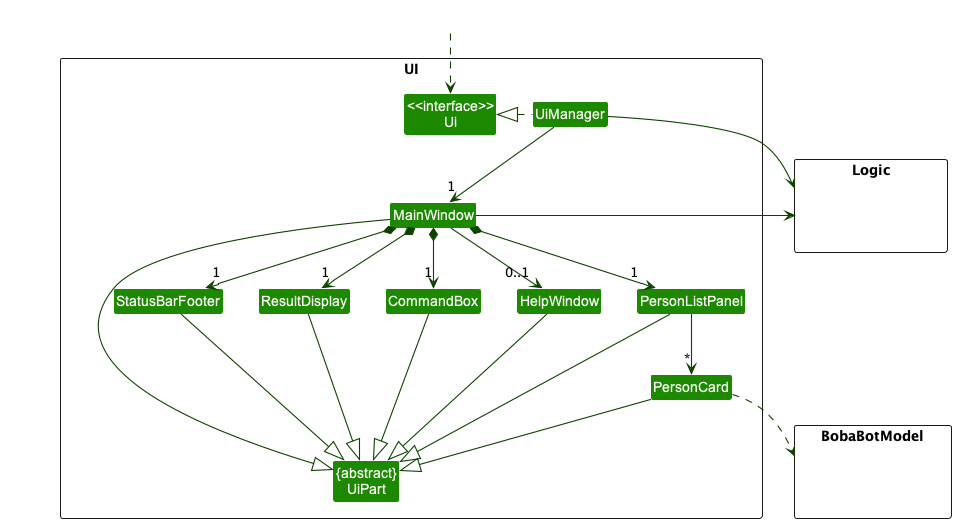
Before: docs/images/UiClassDiagram.png, a diagram exported from PlantUML (nus-cs2103-AY2223S1/tp). Its diagram source:
```plantuml
@startuml
!include style.puml
skinparam arrowThickness 1.1
skinparam arrowColor UI_COLOR_T4
skinparam classBackgroundColor UI_COLOR

package UI <<Rectangle>>{
Class "<<interface>>\nUi" as Ui
Class "{abstract}\nUiPart" as UiPart
Class UiManager
Class MainWindow
Class HelpWindow
Class ResultDisplay
Class PersonListPanel
Class PersonCard
Class StatusBarFooter
Class CommandBox
}

package BobaBotModel <<Rectangle>> {
Class HiddenModel #FFFFFF
}

package Logic <<Rectangle>> {
Class HiddenLogic #FFFFFF
}

Class HiddenOutside #FFFFFF
HiddenOutside ..> Ui

UiManager .left.|> Ui
UiManager -down-> "1" MainWindow
MainWindow *-down->  "1" CommandBox
MainWindow *-down-> "1" ResultDisplay
MainWindow *-down-> "1" PersonListPanel
MainWindow *-down-> "1" StatusBarFooter
MainWindow --> "0..1" HelpWindow

PersonListPanel -down-> "*" PersonCard

MainWindow -left-|> UiPart

ResultDisplay --|> UiPart
CommandBox --|> UiPart
PersonListPanel --|> UiPart
PersonCard --|> UiPart
StatusBarFooter --|> UiPart
HelpWindow --|> UiPart

PersonCard ..> BobaBotModel
UiManager -right-> Logic
MainWindow -left-> Logic

PersonListPanel -[hidden]left- HelpWindow
HelpWindow -[hidden]left- CommandBox
CommandBox -[hidden]left- ResultDisplay
ResultDisplay -[hidden]left- StatusBarFooter

MainWindow -[hidden]-|> UiPart
@enduml
```
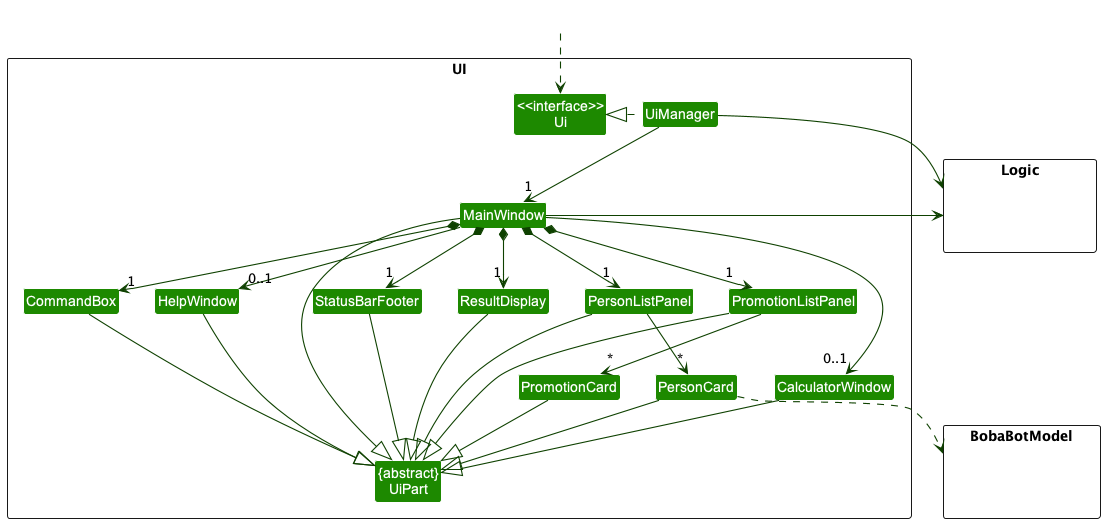
Above is the later version.

Change to the diagram source:
```diff
@@ -13,8 +13,11 @@
 Class ResultDisplay
 Class PersonListPanel
 Class PersonCard
+Class PromotionListPanel
+Class PromotionCard
 Class StatusBarFooter
 Class CommandBox
+Class CalculatorWindow
 }
 
 package BobaBotModel <<Rectangle>> {
@@ -33,19 +36,25 @@
 MainWindow *-down->  "1" CommandBox
 MainWindow *-down-> "1" ResultDisplay
 MainWindow *-down-> "1" PersonListPanel
+MainWindow *-down-> "1" PromotionListPanel
 MainWindow *-down-> "1" StatusBarFooter
 MainWindow --> "0..1" HelpWindow
+MainWindow --> "0..1" CalculatorWindow
 
 PersonListPanel -down-> "*" PersonCard
+PromotionListPanel -down-> "*" PromotionCard
 
 MainWindow -left-|> UiPart
 
 ResultDisplay --|> UiPart
 CommandBox --|> UiPart
 PersonListPanel --|> UiPart
+PromotionListPanel --|> UiPart
 PersonCard --|> UiPart
+PromotionCard --|> UiPart
 StatusBarFooter --|> UiPart
 HelpWindow --|> UiPart
+CalculatorWindow --|> UiPart
 
 PersonCard ..> BobaBotModel
 UiManager -right-> Logic
```
